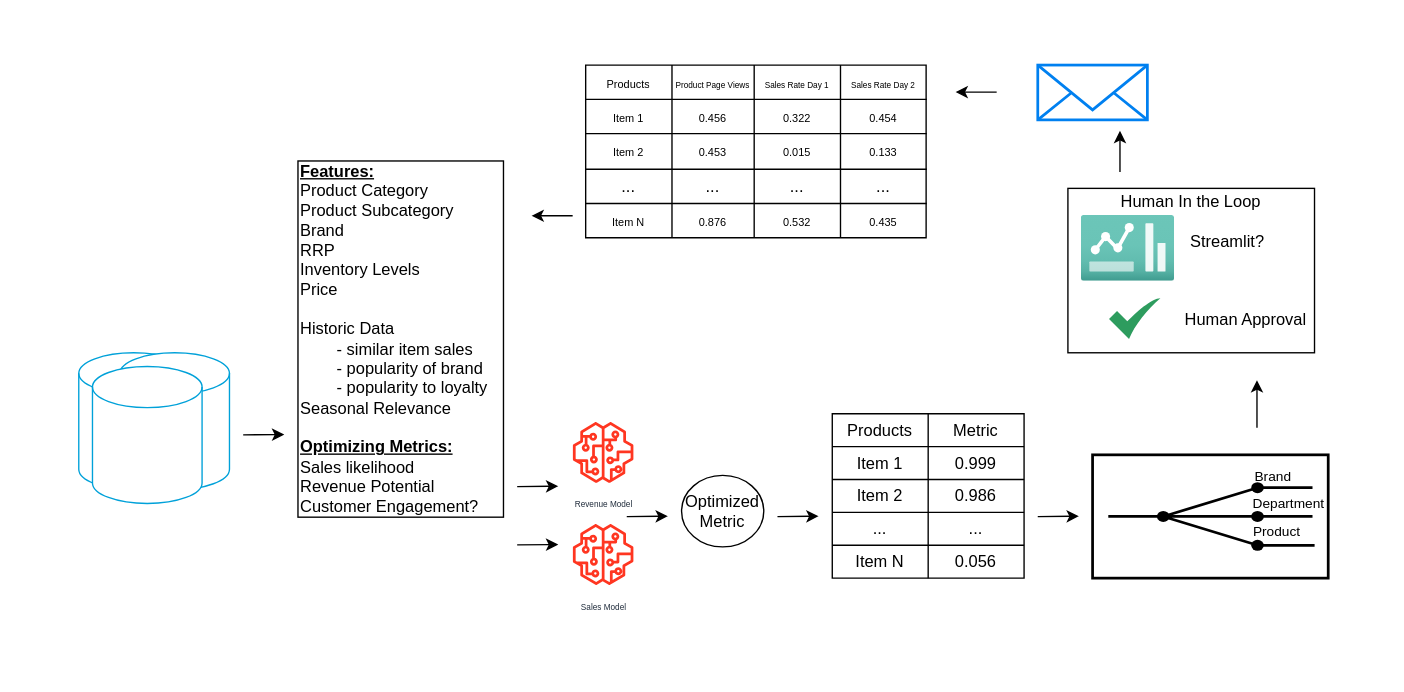
This is early_access_diagram.drawio from danielbsimpson/images_matplotlib, a draw.io file, before an edit. Source tidied: cells renumbered, new cells numbered last; positions are measured from the earlier drawing's top-left corner, leaving out a move shared by most shapes. Both pictures are drawn from the tidied source at 137%, with x=0, y=0 at pixel (78, 64).
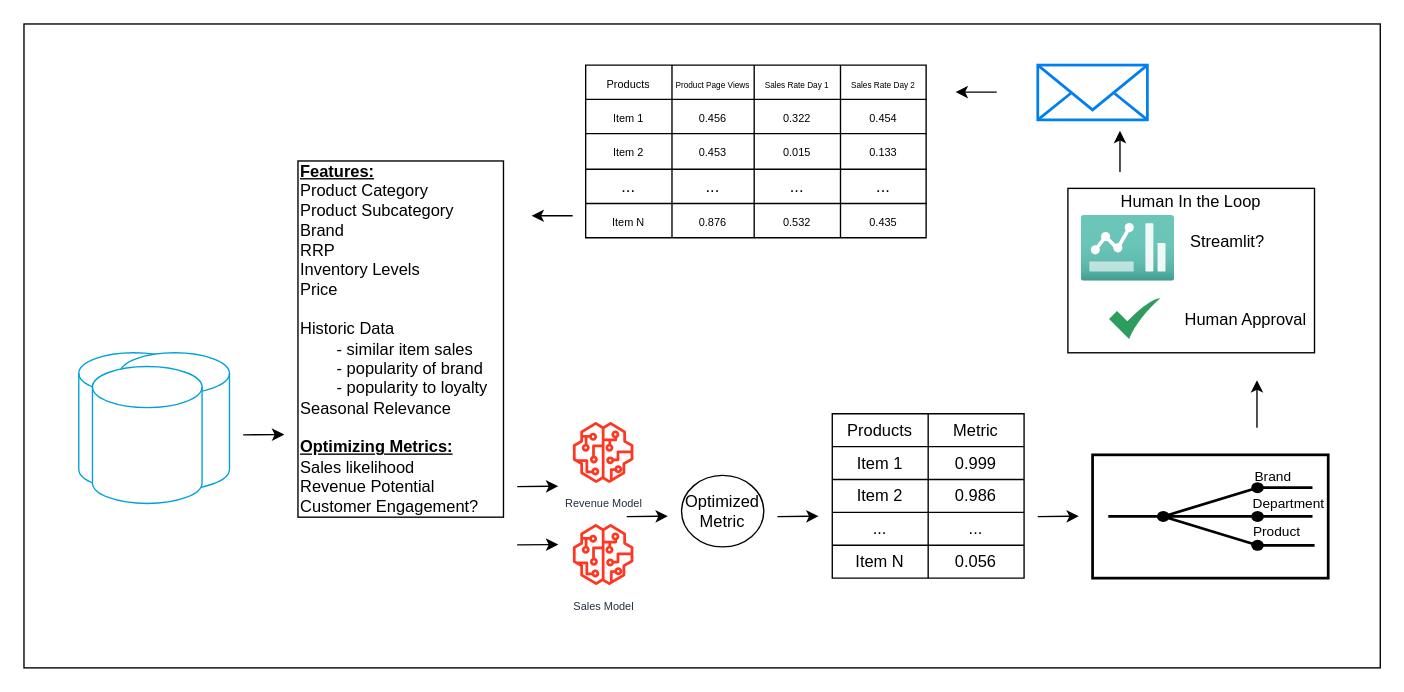
The same page after the edit.

Diff of the diagram source:
```diff
@@
+    <mxCell id="69" style="rounded=0;whiteSpace=wrap;html=1;" parent="1" vertex="1">
+      <mxGeometry x="-40" y="-30" width="990" height="470" as="geometry" />
+    </mxCell>
@@
-    <mxCell id="6" value="&lt;font style=&quot;font-size: 6px;&quot;&gt;Sales Model&lt;/font&gt;" style="sketch=0;fontColor=#232F3E;gradientColor=none;fillColor=#FF3621;strokeColor=#FF3621;dashed=0;verticalLabelPosition=bottom;verticalAlign=top;align=center;html=1;fontSize=12;fontStyle=0;shape=mxgraph.aws4.sagemaker_model;" parent="1" vertex="1">
+    <mxCell id="6" value="&lt;font style=&quot;font-size: 8px;&quot;&gt;Sales Model&lt;/font&gt;" style="sketch=0;fontColor=#232F3E;gradientColor=none;fillColor=#FF3621;strokeColor=#FF3621;dashed=0;verticalLabelPosition=bottom;verticalAlign=top;align=center;html=1;fontSize=12;fontStyle=0;shape=mxgraph.aws4.sagemaker_model;" parent="1" vertex="1">
       <mxGeometry x="360.5" y="335" width="44.5" height="44.5" as="geometry" />
     </mxCell>
-    <mxCell id="7" value="&lt;font style=&quot;font-size: 6px;&quot;&gt;Revenue Model&lt;/font&gt;" style="sketch=0;fontColor=#232F3E;gradientColor=none;fillColor=#FF3621;strokeColor=#FF3621;dashed=0;verticalLabelPosition=bottom;verticalAlign=top;align=center;html=1;fontSize=12;fontStyle=0;shape=mxgraph.aws4.sagemaker_model;" parent="1" vertex="1">
+    <mxCell id="7" value="&lt;font style=&quot;font-size: 8px;&quot;&gt;Revenue Model&lt;/font&gt;" style="sketch=0;fontColor=#232F3E;gradientColor=none;fillColor=#FF3621;strokeColor=#FF3621;dashed=0;verticalLabelPosition=bottom;verticalAlign=top;align=center;html=1;fontSize=12;fontStyle=0;shape=mxgraph.aws4.sagemaker_model;" parent="1" vertex="1">
       <mxGeometry x="360.5" y="260.5" width="44.5" height="44.5" as="geometry" />
     </mxCell>
```
